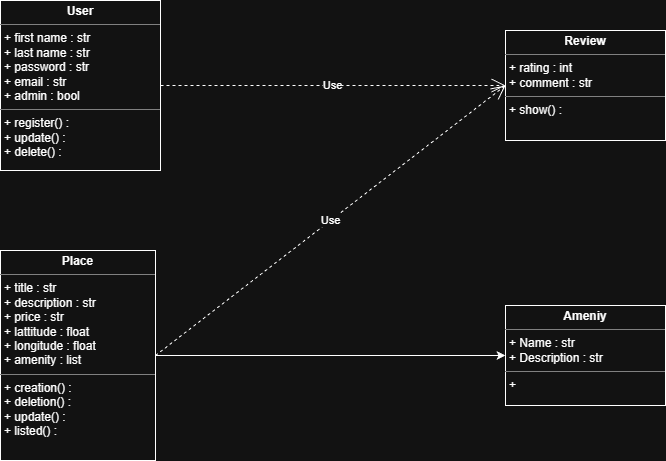
The draw.io diagram part1/Diagramme de class.drawio.png in aragoza/holbertonschool-hbnb, before a commit. Source tidied: cells renumbered, new cells last; positions are measured from the earlier drawing's top-left corner, leaving out a move shared by most shapes. The source it was exported from:
```xml
<mxGraphModel>
  <root>
    <mxCell id="0" />
    <mxCell id="1" parent="0" />
    <mxCell id="2" value="&lt;p style=&quot;margin:0px;margin-top:4px;text-align:center;&quot;&gt;&lt;b&gt;Ameniy&lt;/b&gt;&lt;/p&gt;&lt;hr size=&quot;1&quot; style=&quot;border-style:solid;&quot;&gt;&lt;p style=&quot;margin:0px;margin-left:4px;&quot;&gt;+ Name : str&lt;/p&gt;&lt;p style=&quot;margin:0px;margin-left:4px;&quot;&gt;+ Description : str&lt;/p&gt;&lt;hr size=&quot;1&quot; style=&quot;border-style:solid;&quot;&gt;&lt;p style=&quot;margin:0px;margin-left:4px;&quot;&gt;+&amp;nbsp;&lt;/p&gt;" style="verticalAlign=top;align=left;overflow=fill;html=1;whiteSpace=wrap;" parent="1" vertex="1">
      <mxGeometry x="505" y="305" width="160" height="100" as="geometry" />
    </mxCell>
    <mxCell id="3" value="&lt;p style=&quot;margin:0px;margin-top:4px;text-align:center;&quot;&gt;&lt;b&gt;User&lt;/b&gt;&lt;/p&gt;&lt;hr size=&quot;1&quot; style=&quot;border-style:solid;&quot;&gt;&lt;p style=&quot;margin:0px;margin-left:4px;&quot;&gt;&lt;span style=&quot;background-color: transparent; color: light-dark(rgb(0, 0, 0), rgb(255, 255, 255));&quot;&gt;+ first name : str&lt;/span&gt;&lt;/p&gt;&lt;p style=&quot;margin:0px;margin-left:4px;&quot;&gt;&lt;span style=&quot;background-color: transparent; color: light-dark(rgb(0, 0, 0), rgb(255, 255, 255));&quot;&gt;+ last name : str&lt;/span&gt;&lt;/p&gt;&lt;p style=&quot;margin:0px;margin-left:4px;&quot;&gt;&lt;span style=&quot;background-color: transparent; color: light-dark(rgb(0, 0, 0), rgb(255, 255, 255));&quot;&gt;+ password : str&lt;/span&gt;&lt;/p&gt;&lt;p style=&quot;margin:0px;margin-left:4px;&quot;&gt;&lt;span style=&quot;background-color: transparent; color: light-dark(rgb(0, 0, 0), rgb(255, 255, 255));&quot;&gt;+ email : str&lt;/span&gt;&lt;/p&gt;&lt;p style=&quot;margin:0px;margin-left:4px;&quot;&gt;&lt;span style=&quot;background-color: transparent; color: light-dark(rgb(0, 0, 0), rgb(255, 255, 255));&quot;&gt;+ admin : bool&lt;/span&gt;&lt;/p&gt;&lt;hr size=&quot;1&quot; style=&quot;border-style:solid;&quot;&gt;&lt;p style=&quot;margin:0px;margin-left:4px;&quot;&gt;+ register() :&amp;nbsp;&lt;/p&gt;&lt;p style=&quot;margin:0px;margin-left:4px;&quot;&gt;+ update() :&amp;nbsp;&lt;/p&gt;&lt;p style=&quot;margin:0px;margin-left:4px;&quot;&gt;+ delete() :&amp;nbsp;&lt;/p&gt;" style="verticalAlign=top;align=left;overflow=fill;html=1;whiteSpace=wrap;" parent="1" vertex="1">
      <mxGeometry width="160" height="170" as="geometry" />
    </mxCell>
    <mxCell id="4" value="&lt;p style=&quot;margin:0px;margin-top:4px;text-align:center;&quot;&gt;&lt;b&gt;Review&lt;/b&gt;&lt;/p&gt;&lt;hr size=&quot;1&quot; style=&quot;border-style:solid;&quot;&gt;&lt;p style=&quot;margin:0px;margin-left:4px;&quot;&gt;+ rating : int&lt;/p&gt;&lt;p style=&quot;margin:0px;margin-left:4px;&quot;&gt;+ comment : str&lt;/p&gt;&lt;hr size=&quot;1&quot; style=&quot;border-style:solid;&quot;&gt;&lt;p style=&quot;margin:0px;margin-left:4px;&quot;&gt;+ show() :&lt;/p&gt;" style="verticalAlign=top;align=left;overflow=fill;html=1;whiteSpace=wrap;" parent="1" vertex="1">
      <mxGeometry x="505" y="30" width="160" height="110" as="geometry" />
    </mxCell>
    <mxCell id="5" style="edgeStyle=orthogonalEdgeStyle;rounded=0;jettySize=auto;html=1;" parent="1" edge="1" source="6" target="2">
      <mxGeometry relative="1" as="geometry" />
    </mxCell>
    <mxCell id="6" value="&lt;p style=&quot;margin:0px;margin-top:4px;text-align:center;&quot;&gt;&lt;b&gt;Place&lt;/b&gt;&lt;/p&gt;&lt;hr size=&quot;1&quot; style=&quot;border-style:solid;&quot;&gt;&lt;p style=&quot;margin:0px;margin-left:4px;&quot;&gt;+ title : str&lt;/p&gt;&lt;p style=&quot;margin:0px;margin-left:4px;&quot;&gt;+ description : str&lt;/p&gt;&lt;p style=&quot;margin:0px;margin-left:4px;&quot;&gt;+ price : str&lt;/p&gt;&lt;p style=&quot;margin:0px;margin-left:4px;&quot;&gt;+ lattitude : float&lt;/p&gt;&lt;p style=&quot;margin:0px;margin-left:4px;&quot;&gt;+ longitude : float&lt;/p&gt;&lt;p style=&quot;margin:0px;margin-left:4px;&quot;&gt;+ amenity : list&lt;/p&gt;&lt;hr size=&quot;1&quot; style=&quot;border-style:solid;&quot;&gt;&lt;p style=&quot;margin:0px;margin-left:4px;&quot;&gt;+ creation() :&amp;nbsp;&lt;/p&gt;&lt;p style=&quot;margin:0px;margin-left:4px;&quot;&gt;+ deletion() :&lt;/p&gt;&lt;p style=&quot;margin:0px;margin-left:4px;&quot;&gt;+ update() :&amp;nbsp;&lt;/p&gt;&lt;p style=&quot;margin:0px;margin-left:4px;&quot;&gt;+ listed() :&amp;nbsp;&lt;/p&gt;&lt;p style=&quot;margin:0px;margin-left:4px;&quot;&gt;&lt;br&gt;&lt;/p&gt;" style="verticalAlign=top;align=left;overflow=fill;html=1;whiteSpace=wrap;" parent="1" vertex="1">
      <mxGeometry y="250" width="155" height="210" as="geometry" />
    </mxCell>
    <mxCell id="7" value="Use" style="endArrow=open;endSize=12;dashed=1;html=1;rounded=0;exitX=1;exitY=0.5;exitDx=0;exitDy=0;entryX=0;entryY=0.5;entryDx=0;entryDy=0;" parent="1" edge="1" source="6" target="4">
      <mxGeometry relative="1" as="geometry" />
    </mxCell>
    <mxCell id="8" value="Use" style="endArrow=open;endSize=12;dashed=1;html=1;rounded=0;entryX=0;entryY=0.5;entryDx=0;entryDy=0;exitX=1;exitY=0.5;exitDx=0;exitDy=0;" parent="1" edge="1" source="3" target="4">
      <mxGeometry relative="1" as="geometry" />
    </mxCell>
  </root>
</mxGraphModel>
```
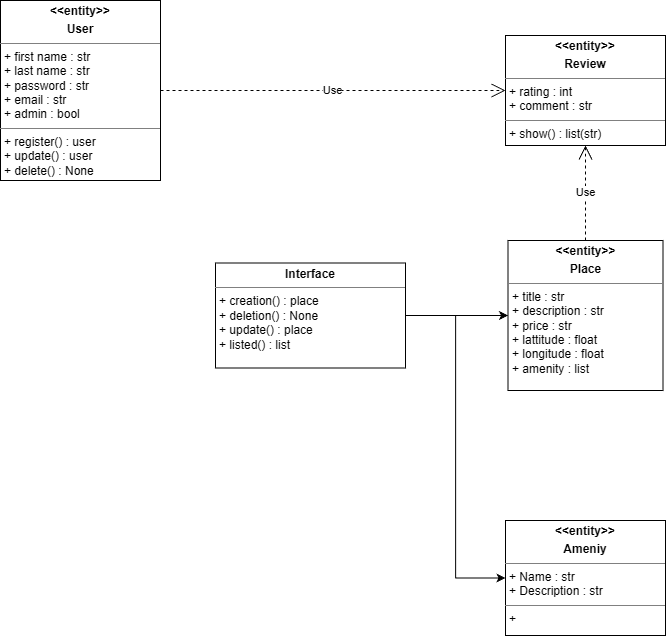
Later version of the same file.

Commit message:
change the order and move the arrow to show a better inheritance with a new class full of method

What changed in the source:
```diff
@@ -2,26 +2,32 @@
   <root>
     <mxCell id="0" />
     <mxCell id="1" parent="0" />
-    <mxCell id="2" value="&lt;p style=&quot;margin:0px;margin-top:4px;text-align:center;&quot;&gt;&lt;b&gt;Ameniy&lt;/b&gt;&lt;/p&gt;&lt;hr size=&quot;1&quot; style=&quot;border-style:solid;&quot;&gt;&lt;p style=&quot;margin:0px;margin-left:4px;&quot;&gt;+ Name : str&lt;/p&gt;&lt;p style=&quot;margin:0px;margin-left:4px;&quot;&gt;+ Description : str&lt;/p&gt;&lt;hr size=&quot;1&quot; style=&quot;border-style:solid;&quot;&gt;&lt;p style=&quot;margin:0px;margin-left:4px;&quot;&gt;+&amp;nbsp;&lt;/p&gt;" style="verticalAlign=top;align=left;overflow=fill;html=1;whiteSpace=wrap;" parent="1" vertex="1">
-      <mxGeometry x="505" y="305" width="160" height="100" as="geometry" />
+    <mxCell id="2" value="&lt;p style=&quot;margin:0px;margin-top:4px;text-align:center;&quot;&gt;&lt;b&gt;&amp;lt;&amp;lt;entity&amp;gt;&amp;gt;&lt;/b&gt;&lt;/p&gt;&lt;p style=&quot;margin:0px;margin-top:4px;text-align:center;&quot;&gt;&lt;b&gt;Ameniy&lt;/b&gt;&lt;/p&gt;&lt;hr size=&quot;1&quot; style=&quot;border-style:solid;&quot;&gt;&lt;p style=&quot;margin:0px;margin-left:4px;&quot;&gt;+ Name : str&lt;/p&gt;&lt;p style=&quot;margin:0px;margin-left:4px;&quot;&gt;+ Description : str&lt;/p&gt;&lt;hr size=&quot;1&quot; style=&quot;border-style:solid;&quot;&gt;&lt;p style=&quot;margin:0px;margin-left:4px;&quot;&gt;+&amp;nbsp;&lt;/p&gt;" style="verticalAlign=top;align=left;overflow=fill;html=1;whiteSpace=wrap;" parent="1" vertex="1">
+      <mxGeometry x="505" y="520" width="160" height="115" as="geometry" />
     </mxCell>
-    <mxCell id="3" value="&lt;p style=&quot;margin:0px;margin-top:4px;text-align:center;&quot;&gt;&lt;b&gt;User&lt;/b&gt;&lt;/p&gt;&lt;hr size=&quot;1&quot; style=&quot;border-style:solid;&quot;&gt;&lt;p style=&quot;margin:0px;margin-left:4px;&quot;&gt;&lt;span style=&quot;background-color: transparent; color: light-dark(rgb(0, 0, 0), rgb(255, 255, 255));&quot;&gt;+ first name : str&lt;/span&gt;&lt;/p&gt;&lt;p style=&quot;margin:0px;margin-left:4px;&quot;&gt;&lt;span style=&quot;background-color: transparent; color: light-dark(rgb(0, 0, 0), rgb(255, 255, 255));&quot;&gt;+ last name : str&lt;/span&gt;&lt;/p&gt;&lt;p style=&quot;margin:0px;margin-left:4px;&quot;&gt;&lt;span style=&quot;background-color: transparent; color: light-dark(rgb(0, 0, 0), rgb(255, 255, 255));&quot;&gt;+ password : str&lt;/span&gt;&lt;/p&gt;&lt;p style=&quot;margin:0px;margin-left:4px;&quot;&gt;&lt;span style=&quot;background-color: transparent; color: light-dark(rgb(0, 0, 0), rgb(255, 255, 255));&quot;&gt;+ email : str&lt;/span&gt;&lt;/p&gt;&lt;p style=&quot;margin:0px;margin-left:4px;&quot;&gt;&lt;span style=&quot;background-color: transparent; color: light-dark(rgb(0, 0, 0), rgb(255, 255, 255));&quot;&gt;+ admin : bool&lt;/span&gt;&lt;/p&gt;&lt;hr size=&quot;1&quot; style=&quot;border-style:solid;&quot;&gt;&lt;p style=&quot;margin:0px;margin-left:4px;&quot;&gt;+ register() :&amp;nbsp;&lt;/p&gt;&lt;p style=&quot;margin:0px;margin-left:4px;&quot;&gt;+ update() :&amp;nbsp;&lt;/p&gt;&lt;p style=&quot;margin:0px;margin-left:4px;&quot;&gt;+ delete() :&amp;nbsp;&lt;/p&gt;" style="verticalAlign=top;align=left;overflow=fill;html=1;whiteSpace=wrap;" parent="1" vertex="1">
-      <mxGeometry width="160" height="170" as="geometry" />
+    <mxCell id="3" value="&lt;p style=&quot;margin:0px;margin-top:4px;text-align:center;&quot;&gt;&lt;b&gt;&amp;lt;&amp;lt;entity&amp;gt;&amp;gt;&lt;/b&gt;&lt;/p&gt;&lt;p style=&quot;margin:0px;margin-top:4px;text-align:center;&quot;&gt;&lt;b&gt;User&lt;/b&gt;&lt;/p&gt;&lt;hr size=&quot;1&quot; style=&quot;border-style:solid;&quot;&gt;&lt;p style=&quot;margin:0px;margin-left:4px;&quot;&gt;&lt;span style=&quot;background-color: transparent; color: light-dark(rgb(0, 0, 0), rgb(255, 255, 255));&quot;&gt;+ first name : str&lt;/span&gt;&lt;/p&gt;&lt;p style=&quot;margin:0px;margin-left:4px;&quot;&gt;&lt;span style=&quot;background-color: transparent; color: light-dark(rgb(0, 0, 0), rgb(255, 255, 255));&quot;&gt;+ last name : str&lt;/span&gt;&lt;/p&gt;&lt;p style=&quot;margin:0px;margin-left:4px;&quot;&gt;&lt;span style=&quot;background-color: transparent; color: light-dark(rgb(0, 0, 0), rgb(255, 255, 255));&quot;&gt;+ password : str&lt;/span&gt;&lt;/p&gt;&lt;p style=&quot;margin:0px;margin-left:4px;&quot;&gt;&lt;span style=&quot;background-color: transparent; color: light-dark(rgb(0, 0, 0), rgb(255, 255, 255));&quot;&gt;+ email : str&lt;/span&gt;&lt;/p&gt;&lt;p style=&quot;margin:0px;margin-left:4px;&quot;&gt;&lt;span style=&quot;background-color: transparent; color: light-dark(rgb(0, 0, 0), rgb(255, 255, 255));&quot;&gt;+ admin : bool&lt;/span&gt;&lt;/p&gt;&lt;hr size=&quot;1&quot; style=&quot;border-style:solid;&quot;&gt;&lt;p style=&quot;margin:0px;margin-left:4px;&quot;&gt;+ register() : user&lt;/p&gt;&lt;p style=&quot;margin:0px;margin-left:4px;&quot;&gt;+ update() : user&lt;/p&gt;&lt;p style=&quot;margin:0px;margin-left:4px;&quot;&gt;+ delete() : None&lt;/p&gt;" style="verticalAlign=top;align=left;overflow=fill;html=1;whiteSpace=wrap;" parent="1" vertex="1">
+      <mxGeometry width="160" height="180" as="geometry" />
     </mxCell>
-    <mxCell id="4" value="&lt;p style=&quot;margin:0px;margin-top:4px;text-align:center;&quot;&gt;&lt;b&gt;Review&lt;/b&gt;&lt;/p&gt;&lt;hr size=&quot;1&quot; style=&quot;border-style:solid;&quot;&gt;&lt;p style=&quot;margin:0px;margin-left:4px;&quot;&gt;+ rating : int&lt;/p&gt;&lt;p style=&quot;margin:0px;margin-left:4px;&quot;&gt;+ comment : str&lt;/p&gt;&lt;hr size=&quot;1&quot; style=&quot;border-style:solid;&quot;&gt;&lt;p style=&quot;margin:0px;margin-left:4px;&quot;&gt;+ show() :&lt;/p&gt;" style="verticalAlign=top;align=left;overflow=fill;html=1;whiteSpace=wrap;" parent="1" vertex="1">
-      <mxGeometry x="505" y="30" width="160" height="110" as="geometry" />
+    <mxCell id="4" value="&lt;p style=&quot;margin:0px;margin-top:4px;text-align:center;&quot;&gt;&lt;b&gt;&amp;lt;&amp;lt;entity&amp;gt;&amp;gt;&lt;/b&gt;&lt;/p&gt;&lt;p style=&quot;margin:0px;margin-top:4px;text-align:center;&quot;&gt;&lt;b&gt;Review&lt;/b&gt;&lt;/p&gt;&lt;hr size=&quot;1&quot; style=&quot;border-style:solid;&quot;&gt;&lt;p style=&quot;margin:0px;margin-left:4px;&quot;&gt;+ rating : int&lt;/p&gt;&lt;p style=&quot;margin:0px;margin-left:4px;&quot;&gt;+ comment : str&lt;/p&gt;&lt;hr size=&quot;1&quot; style=&quot;border-style:solid;&quot;&gt;&lt;p style=&quot;margin:0px;margin-left:4px;&quot;&gt;+ show() : list(str)&lt;/p&gt;" style="verticalAlign=top;align=left;overflow=fill;html=1;whiteSpace=wrap;" parent="1" vertex="1">
+      <mxGeometry x="505" y="35" width="160" height="110" as="geometry" />
     </mxCell>
-    <mxCell id="5" style="edgeStyle=orthogonalEdgeStyle;rounded=0;jettySize=auto;html=1;" parent="1" edge="1" source="6" target="2">
-      <mxGeometry relative="1" as="geometry" />
-    </mxCell>
-    <mxCell id="6" value="&lt;p style=&quot;margin:0px;margin-top:4px;text-align:center;&quot;&gt;&lt;b&gt;Place&lt;/b&gt;&lt;/p&gt;&lt;hr size=&quot;1&quot; style=&quot;border-style:solid;&quot;&gt;&lt;p style=&quot;margin:0px;margin-left:4px;&quot;&gt;+ title : str&lt;/p&gt;&lt;p style=&quot;margin:0px;margin-left:4px;&quot;&gt;+ description : str&lt;/p&gt;&lt;p style=&quot;margin:0px;margin-left:4px;&quot;&gt;+ price : str&lt;/p&gt;&lt;p style=&quot;margin:0px;margin-left:4px;&quot;&gt;+ lattitude : float&lt;/p&gt;&lt;p style=&quot;margin:0px;margin-left:4px;&quot;&gt;+ longitude : float&lt;/p&gt;&lt;p style=&quot;margin:0px;margin-left:4px;&quot;&gt;+ amenity : list&lt;/p&gt;&lt;hr size=&quot;1&quot; style=&quot;border-style:solid;&quot;&gt;&lt;p style=&quot;margin:0px;margin-left:4px;&quot;&gt;+ creation() :&amp;nbsp;&lt;/p&gt;&lt;p style=&quot;margin:0px;margin-left:4px;&quot;&gt;+ deletion() :&lt;/p&gt;&lt;p style=&quot;margin:0px;margin-left:4px;&quot;&gt;+ update() :&amp;nbsp;&lt;/p&gt;&lt;p style=&quot;margin:0px;margin-left:4px;&quot;&gt;+ listed() :&amp;nbsp;&lt;/p&gt;&lt;p style=&quot;margin:0px;margin-left:4px;&quot;&gt;&lt;br&gt;&lt;/p&gt;" style="verticalAlign=top;align=left;overflow=fill;html=1;whiteSpace=wrap;" parent="1" vertex="1">
-      <mxGeometry y="250" width="155" height="210" as="geometry" />
+    <mxCell id="6" value="&lt;p style=&quot;margin:0px;margin-top:4px;text-align:center;&quot;&gt;&lt;b&gt;&amp;lt;&amp;lt;entity&amp;gt;&amp;gt;&lt;/b&gt;&lt;/p&gt;&lt;p style=&quot;margin:0px;margin-top:4px;text-align:center;&quot;&gt;&lt;b&gt;Place&lt;/b&gt;&lt;/p&gt;&lt;hr size=&quot;1&quot; style=&quot;border-style:solid;&quot;&gt;&lt;p style=&quot;margin:0px;margin-left:4px;&quot;&gt;+ title : str&lt;/p&gt;&lt;p style=&quot;margin:0px;margin-left:4px;&quot;&gt;+ description : str&lt;/p&gt;&lt;p style=&quot;margin:0px;margin-left:4px;&quot;&gt;+ price : str&lt;/p&gt;&lt;p style=&quot;margin:0px;margin-left:4px;&quot;&gt;+ lattitude : float&lt;/p&gt;&lt;p style=&quot;margin:0px;margin-left:4px;&quot;&gt;+ longitude : float&lt;/p&gt;&lt;p style=&quot;margin:0px;margin-left:4px;&quot;&gt;+ amenity : list&lt;/p&gt;" style="verticalAlign=top;align=left;overflow=fill;html=1;whiteSpace=wrap;" parent="1" vertex="1">
+      <mxGeometry x="507.5" y="240" width="155" height="150" as="geometry" />
     </mxCell>
-    <mxCell id="7" value="Use" style="endArrow=open;endSize=12;dashed=1;html=1;rounded=0;exitX=1;exitY=0.5;exitDx=0;exitDy=0;entryX=0;entryY=0.5;entryDx=0;entryDy=0;" parent="1" edge="1" source="6" target="4">
+    <mxCell id="7" value="Use" style="endArrow=open;endSize=12;dashed=1;html=1;rounded=0;exitX=0.5;exitY=0;exitDx=0;exitDy=0;entryX=0.5;entryY=1;entryDx=0;entryDy=0;" parent="1" edge="1" source="6" target="4">
       <mxGeometry relative="1" as="geometry" />
     </mxCell>
     <mxCell id="8" value="Use" style="endArrow=open;endSize=12;dashed=1;html=1;rounded=0;entryX=0;entryY=0.5;entryDx=0;entryDy=0;exitX=1;exitY=0.5;exitDx=0;exitDy=0;" parent="1" edge="1" source="3" target="4">
       <mxGeometry relative="1" as="geometry" />
     </mxCell>
+    <mxCell id="9" style="edgeStyle=orthogonalEdgeStyle;rounded=0;jettySize=auto;html=1;" parent="1" edge="1" source="11" target="6">
+      <mxGeometry relative="1" as="geometry" />
+    </mxCell>
+    <mxCell id="10" style="edgeStyle=orthogonalEdgeStyle;rounded=0;jettySize=auto;html=1;entryX=0;entryY=0.5;entryDx=0;entryDy=0;" parent="1" edge="1" source="11" target="2">
+      <mxGeometry relative="1" as="geometry" />
+    </mxCell>
+    <mxCell id="11" value="&lt;p style=&quot;margin:0px;margin-top:4px;text-align:center;&quot;&gt;&lt;b&gt;Interface&lt;/b&gt;&lt;/p&gt;&lt;hr size=&quot;1&quot; style=&quot;border-style:solid;&quot;&gt;&lt;p style=&quot;margin: 0px 0px 0px 4px;&quot;&gt;+ creation() : place&lt;/p&gt;&lt;p style=&quot;margin: 0px 0px 0px 4px;&quot;&gt;+ deletion() : None&lt;/p&gt;&lt;p style=&quot;margin: 0px 0px 0px 4px;&quot;&gt;+ update() : place&lt;/p&gt;&lt;p style=&quot;margin: 0px 0px 0px 4px;&quot;&gt;+ listed() : list&lt;/p&gt;" style="verticalAlign=top;align=left;overflow=fill;html=1;whiteSpace=wrap;" parent="1" vertex="1">
+      <mxGeometry x="215" y="262.5" width="190" height="105" as="geometry" />
+    </mxCell>
   </root>
 </mxGraphModel>
```
